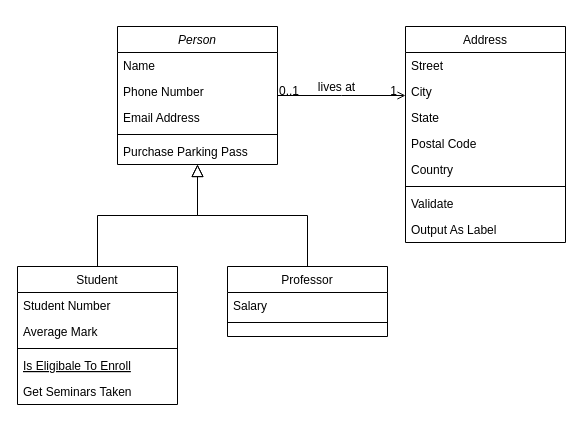
Earlier version of the draw.io diagram Диаграммы/classesDiagram.drawio (programmers42p/CoffeMachineApp). Source tidied: cells renumbered, new cells numbered last; positions are measured from the earlier drawing's top-left corner, leaving out a move shared by most shapes. Both pictures are drawn from the tidied source at 100%, with x=0, y=0 at pixel (17, 26).
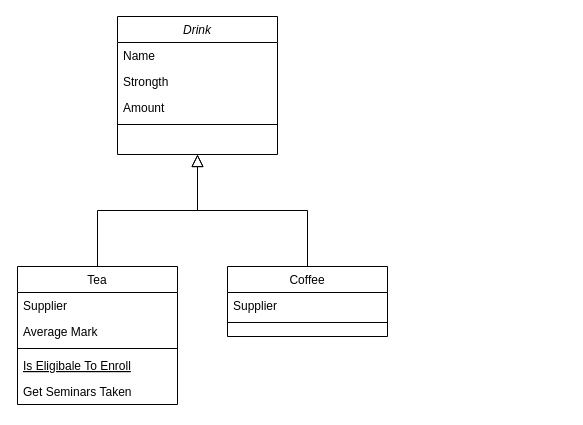
The same diagram, later.

Diff of the diagram source:
```diff
@@
-    <mxCell id="2" value="Person" style="swimlane;fontStyle=2;align=center;verticalAlign=top;horizontal=1;startSize=26;rounded=0;shadow=0;strokeWidth=1;" parent="1" vertex="1">
-      <mxGeometry x="100" width="160" height="138" as="geometry" />
+    <mxCell id="2" value="Drink" style="swimlane;fontStyle=2;align=center;verticalAlign=top;horizontal=1;startSize=26;rounded=0;shadow=0;strokeWidth=1;" parent="1" vertex="1">
+      <mxGeometry x="100" y="-10" width="160" height="138" as="geometry" />
     </mxCell>
@@
-    <mxCell id="4" value="Phone Number" style="text;align=left;verticalAlign=top;spacingLeft=4;spacingRight=4;overflow=hidden;rounded=0;shadow=0;html=0;" parent="2" vertex="1">
-      <mxGeometry y="52" width="160" height="26" as="geometry" />
-    </mxCell>
-    <mxCell id="5" value="Email Address" style="text;align=left;verticalAlign=top;spacingLeft=4;spacingRight=4;overflow=hidden;rounded=0;shadow=0;html=0;" parent="2" vertex="1">
-      <mxGeometry y="78" width="160" height="26" as="geometry" />
+    <mxCell id="5" value="Strongth" style="text;align=left;verticalAlign=top;spacingLeft=4;spacingRight=4;overflow=hidden;rounded=0;shadow=0;html=0;" parent="2" vertex="1">
+      <mxGeometry y="52" width="160" height="26" as="geometry" />
     </mxCell>
+    <mxCell id="32" value="Amount" style="text;strokeColor=none;fillColor=none;align=left;verticalAlign=top;spacingLeft=4;spacingRight=4;overflow=hidden;" parent="2" vertex="1">
+      <mxGeometry y="78" width="160" height="26" as="geometry" />
+    </mxCell>
@@
-    <mxCell id="7" value="Purchase Parking Pass" style="text;align=left;verticalAlign=top;spacingLeft=4;spacingRight=4;overflow=hidden;" parent="2" vertex="1">
-      <mxGeometry y="112" width="160" height="26" as="geometry" />
-    </mxCell>
-    <mxCell id="8" value="Student" style="swimlane;fontStyle=0;align=center;verticalAlign=top;horizontal=1;startSize=26;rounded=0;shadow=0;strokeWidth=1;" parent="1" vertex="1">
+    <mxCell id="8" value="Tea" style="swimlane;fontStyle=0;align=center;verticalAlign=top;horizontal=1;startSize=26;rounded=0;shadow=0;strokeWidth=1;" parent="1" vertex="1">
       <mxGeometry y="240" width="160" height="138" as="geometry" />
     </mxCell>
-    <mxCell id="9" value="Student Number" style="text;align=left;verticalAlign=top;spacingLeft=4;spacingRight=4;overflow=hidden;" parent="8" vertex="1">
+    <mxCell id="9" value="Supplier" style="text;align=left;verticalAlign=top;spacingLeft=4;spacingRight=4;overflow=hidden;" parent="8" vertex="1">
       <mxGeometry y="26" width="160" height="26" as="geometry" />
     </mxCell>
@@
-    <mxCell id="15" value="Professor" style="swimlane;fontStyle=0;align=center;verticalAlign=top;horizontal=1;startSize=26;rounded=0;shadow=0;strokeWidth=1;" parent="1" vertex="1">
+    <mxCell id="15" value="Coffee" style="swimlane;fontStyle=0;align=center;verticalAlign=top;horizontal=1;startSize=26;rounded=0;shadow=0;strokeWidth=1;" parent="1" vertex="1">
       <mxGeometry x="210" y="240" width="160" height="70" as="geometry" />
     </mxCell>
-    <mxCell id="16" value="Salary" style="text;align=left;verticalAlign=top;spacingLeft=4;spacingRight=4;overflow=hidden;" parent="15" vertex="1">
+    <mxCell id="16" value="Supplier" style="text;align=left;verticalAlign=top;spacingLeft=4;spacingRight=4;overflow=hidden;" parent="15" vertex="1">
       <mxGeometry y="26" width="160" height="26" as="geometry" />
     </mxCell>
@@
-    <mxCell id="19" value="Address" style="swimlane;fontStyle=0;align=center;verticalAlign=top;horizontal=1;startSize=26;rounded=0;shadow=0;strokeWidth=1;" parent="1" vertex="1">
-      <mxGeometry x="388" width="160" height="216" as="geometry" />
-    </mxCell>
-    <mxCell id="20" value="Street" style="text;align=left;verticalAlign=top;spacingLeft=4;spacingRight=4;overflow=hidden;" parent="19" vertex="1">
-      <mxGeometry y="26" width="160" height="26" as="geometry" />
-    </mxCell>
-    <mxCell id="21" value="City" style="text;align=left;verticalAlign=top;spacingLeft=4;spacingRight=4;overflow=hidden;rounded=0;shadow=0;html=0;" parent="19" vertex="1">
-      <mxGeometry y="52" width="160" height="26" as="geometry" />
-    </mxCell>
-    <mxCell id="22" value="State" style="text;align=left;verticalAlign=top;spacingLeft=4;spacingRight=4;overflow=hidden;rounded=0;shadow=0;html=0;" parent="19" vertex="1">
-      <mxGeometry y="78" width="160" height="26" as="geometry" />
-    </mxCell>
-    <mxCell id="23" value="Postal Code" style="text;align=left;verticalAlign=top;spacingLeft=4;spacingRight=4;overflow=hidden;rounded=0;shadow=0;html=0;" parent="19" vertex="1">
-      <mxGeometry y="104" width="160" height="26" as="geometry" />
-    </mxCell>
-    <mxCell id="24" value="Country" style="text;align=left;verticalAlign=top;spacingLeft=4;spacingRight=4;overflow=hidden;rounded=0;shadow=0;html=0;" parent="19" vertex="1">
-      <mxGeometry y="130" width="160" height="26" as="geometry" />
-    </mxCell>
-    <mxCell id="25" style="line;html=1;strokeWidth=1;align=left;verticalAlign=middle;spacingTop=-1;spacingLeft=3;spacingRight=3;labelPosition=right;" parent="19" vertex="1">
-      <mxGeometry y="156" width="160" height="8" as="geometry" />
-    </mxCell>
-    <mxCell id="26" value="Validate" style="text;align=left;verticalAlign=top;spacingLeft=4;spacingRight=4;overflow=hidden;" parent="19" vertex="1">
-      <mxGeometry y="164" width="160" height="26" as="geometry" />
-    </mxCell>
-    <mxCell id="27" value="Output As Label" style="text;align=left;verticalAlign=top;spacingLeft=4;spacingRight=4;overflow=hidden;" parent="19" vertex="1">
-      <mxGeometry y="190" width="160" height="26" as="geometry" />
-    </mxCell>
-    <mxCell id="28" style="endArrow=open;shadow=0;strokeWidth=1;rounded=0;endFill=1;edgeStyle=elbowEdgeStyle;elbow=vertical;" parent="1" edge="1" source="2" target="19">
-      <mxGeometry x="0.5" y="41" relative="1" as="geometry">
-        <mxPoint x="-40" y="32" as="offset" />
-      </mxGeometry>
-    </mxCell>
-    <mxCell id="29" value="0..1" style="align=left;verticalAlign=bottom;labelBackgroundColor=none;fontSize=12;" parent="28" vertex="1">
-      <mxGeometry x="-1" relative="1" as="geometry">
-        <mxPoint y="4" as="offset" />
-      </mxGeometry>
-    </mxCell>
-    <mxCell id="30" value="1" style="align=right;verticalAlign=bottom;labelBackgroundColor=none;fontSize=12;" parent="28" vertex="1">
-      <mxGeometry x="1" relative="1" as="geometry">
-        <mxPoint x="-7" y="4" as="offset" />
-      </mxGeometry>
-    </mxCell>
-    <mxCell id="31" value="lives at" style="text;html=1;align=center;verticalAlign=middle;labelBackgroundColor=none;rounded=0;shadow=0;strokeWidth=1;fontSize=12;" parent="28" vertex="1">
-      <mxGeometry x="0.5" y="49" relative="1" as="geometry">
-        <mxPoint x="-38" y="40" as="offset" />
-      </mxGeometry>
-    </mxCell>
```
